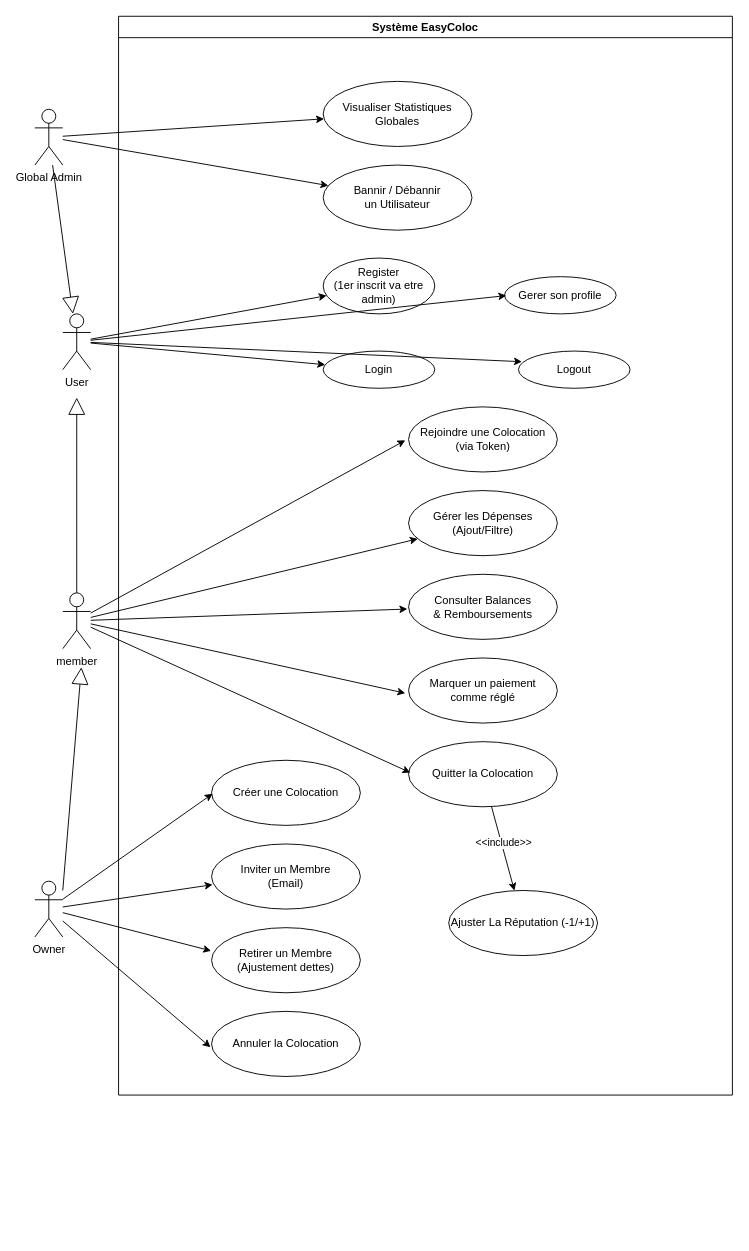
Before: useCaseDiagram.drawio in 10LOKI/EasyColoc, a draw.io diagram. Source tidied: cells renumbered, new cells numbered last; positions are measured from the earlier drawing's top-left corner, leaving out a move shared by most shapes. Both pictures are drawn from the tidied source at 93%, with x=0, y=0 at pixel (34, 16).
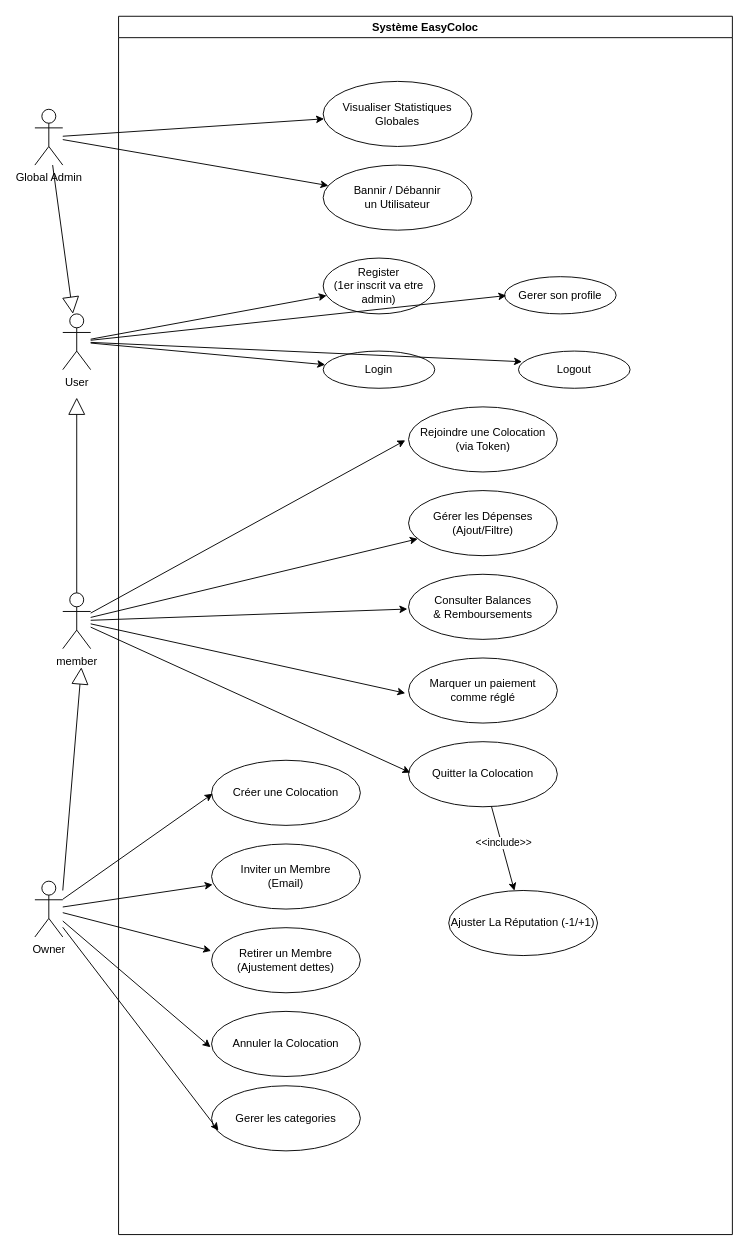
Above is the later version.

The change refers to these unchanged cells:
```xml
<mxCell id="8" value="Owner" style="shape=umlActor;verticalLabelPosition=bottom;verticalAlign=top;html=1;outlineConnect=0;" parent="2" vertex="1">
  <mxGeometry x="-90" y="930" width="30" height="60" as="geometry" />
</mxCell>
```

What changed in the source:
```diff
@@
     <mxCell id="2" value="Système EasyColoc" style="swimlane;whiteSpace=wrap;html=1;startSize=23;" parent="1" vertex="1">
-      <mxGeometry x="90" width="660" height="1160" as="geometry" />
+      <mxGeometry x="90" width="660" height="1310" as="geometry" />
     </mxCell>
@@
+    <mxCell id="43" value="Gerer les categories" style="ellipse;whiteSpace=wrap;html=1;" parent="2" vertex="1">
+      <mxGeometry x="100" y="1150" width="160" height="70" as="geometry" />
+    </mxCell>
+    <mxCell id="44" style="edgeStyle=none;html=1;entryX=0.046;entryY=0.687;entryDx=0;entryDy=0;entryPerimeter=0;" parent="2" edge="1" source="8" target="43">
+      <mxGeometry relative="1" as="geometry" />
+    </mxCell>
```
